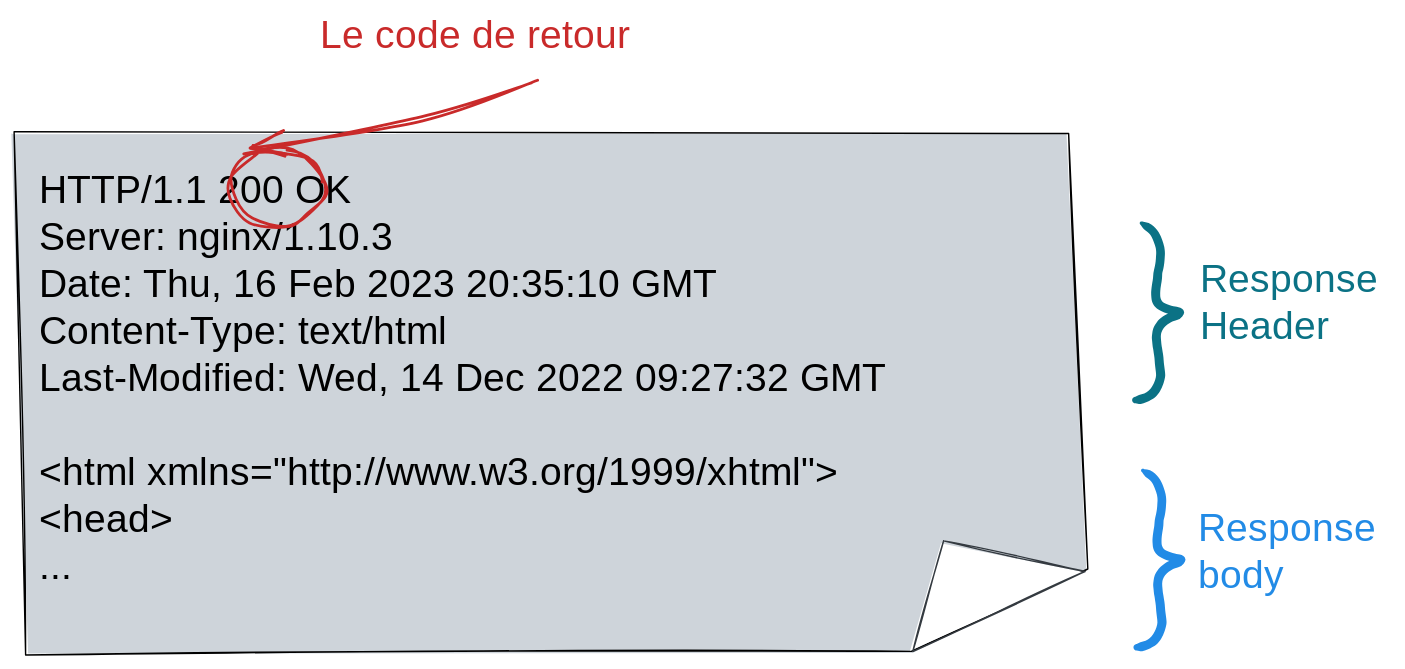
Earlier version of the Excalidraw export notebooks/media/response-format.excalidraw.svg (ue22-p25/backend). Source tidied: one line per element, renumbered; positions are measured from the earlier drawing's top-left corner, leaving out a move shared by most shapes.
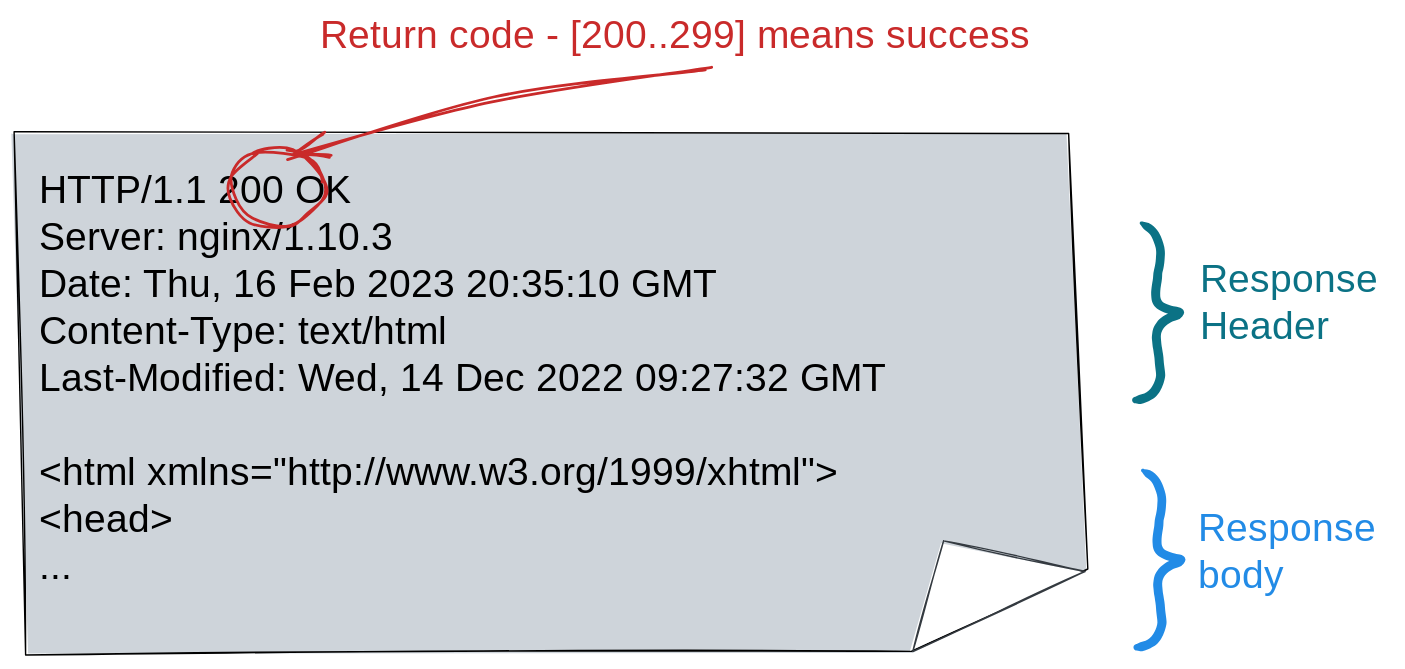
Later version of the same file.

What changed in the source:
```diff
@@ -6,5 +6,5 @@
 {"id": 5, "type": "text", "text": "Response \nHeader ", "strokeColor": "#0b7285", "strokeWidth": 4, "roughness": 2, "fontSize": 28, "fontFamily": 1, "x": 847, "y": 175, "width": 136, "height": 67}
 {"id": 6, "type": "text", "text": "Response \nbody", "strokeColor": "#228be6", "strokeWidth": 4, "roughness": 2, "fontSize": 28, "fontFamily": 1, "x": 846, "y": 352, "width": 136, "height": 67}
 {"id": 7, "type": "ellipse", "strokeColor": "#c92a2a", "strokeWidth": 2, "roughness": 2, "round": true, "x": 156, "y": 98, "width": 65, "height": 53}
-{"id": 8, "type": "text", "text": "Le code de retour ", "strokeColor": "#c92a2a", "strokeWidth": 2, "roughness": 2, "fontSize": 28, "fontFamily": 1, "x": 218, "y": 0, "width": 267, "height": 34}
+{"id": 8, "type": "text", "text": "Return code - [200..299] means success", "strokeColor": "#c92a2a", "strokeWidth": 2, "roughness": 2, "fontSize": 28, "fontFamily": 1, "x": 218, "y": 0, "width": 574, "height": 34}
-{"id": 9, "type": "arrow", "strokeColor": "#c92a2a", "strokeWidth": 2, "roughness": 2, "endArrowhead": "arrow", "round": true, "from": 8, "to": 8, "x": 371, "y": 48, "width": 204, "height": 49, "points": [[0, 0], [-75, 24], [-204, 49]]}
+{"id": 9, "type": "arrow", "strokeColor": "#c92a2a", "strokeWidth": 2, "roughness": 2, "endArrowhead": "arrow", "round": true, "from": 8, "to": 7, "x": 495, "y": 39, "width": 297, "height": 63, "points": [[0, 0], [-151, 20], [-297, 63]]}
```
